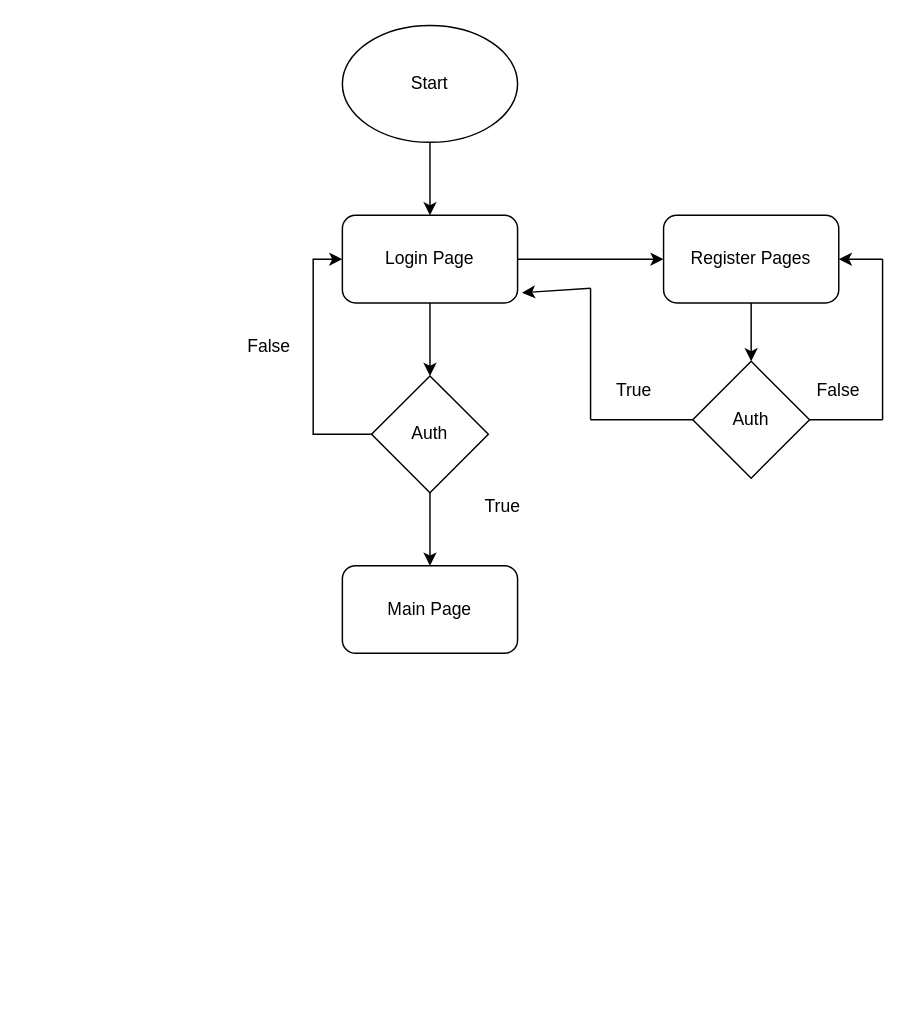
This is Untitled Diagram.drawio from yogga18/XR, a draw.io file, before an edit. Source tidied: cells renumbered, new cells numbered last; positions are measured from the earlier drawing's top-left corner, leaving out a move shared by most shapes. Both pictures are drawn from the tidied source at 146%, with x=0, y=0 at pixel (239, 25).
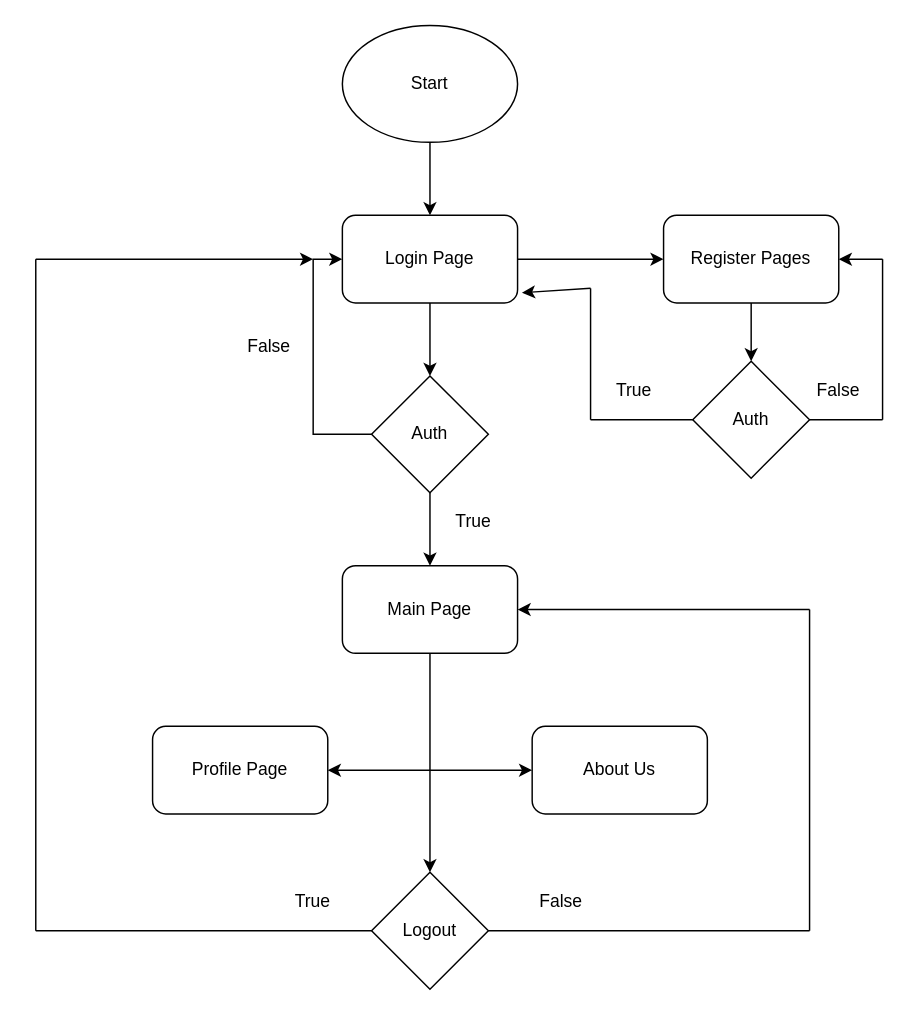
The same diagram, later.

The change refers to these unchanged cells:
```xml
<mxCell id="12" value="Main Page" style="rounded=1;whiteSpace=wrap;html=1;" parent="1" vertex="1">
  <mxGeometry x="70" y="370" width="120" height="60" as="geometry" />
</mxCell>
```

Diff of the diagram source:
```diff
@@
     <mxCell id="10" value="True" style="text;html=1;strokeColor=none;fillColor=none;align=center;verticalAlign=middle;whiteSpace=wrap;rounded=0;" parent="1" vertex="1">
-      <mxGeometry x="160" y="320" width="40" height="20" as="geometry" />
+      <mxGeometry x="140" y="330" width="40" height="20" as="geometry" />
     </mxCell>
@@
+    <mxCell id="24" value="Profile Page" style="rounded=1;whiteSpace=wrap;html=1;" parent="1" vertex="1">
+      <mxGeometry x="-60" y="480" width="120" height="60" as="geometry" />
+    </mxCell>
+    <mxCell id="25" value="About Us" style="rounded=1;whiteSpace=wrap;html=1;" parent="1" vertex="1">
+      <mxGeometry x="200" y="480" width="120" height="60" as="geometry" />
+    </mxCell>
+    <mxCell id="26" style="endArrow=none;html=1;entryX=0.5;entryY=1;entryDx=0;entryDy=0;" parent="1" edge="1" target="12">
+      <mxGeometry relative="1" as="geometry">
+        <mxPoint x="130" y="510" as="sourcePoint" />
+      </mxGeometry>
+    </mxCell>
+    <mxCell id="27" style="endArrow=classic;startArrow=classic;html=1;entryX=0;entryY=0.5;entryDx=0;entryDy=0;exitX=1;exitY=0.5;exitDx=0;exitDy=0;" parent="1" edge="1" source="24" target="25">
+      <mxGeometry relative="1" as="geometry" />
+    </mxCell>
+    <mxCell id="28" value="Logout" style="rhombus;whiteSpace=wrap;html=1;" parent="1" vertex="1">
+      <mxGeometry x="90" y="580" width="80" height="80" as="geometry" />
+    </mxCell>
+    <mxCell id="29" style="endArrow=classic;html=1;" parent="1" edge="1">
+      <mxGeometry relative="1" as="geometry">
+        <mxPoint x="130" y="510" as="sourcePoint" />
+        <mxPoint x="130" y="580" as="targetPoint" />
+      </mxGeometry>
+    </mxCell>
+    <mxCell id="30" style="endArrow=none;html=1;" parent="1" edge="1">
+      <mxGeometry relative="1" as="geometry">
+        <mxPoint x="-140" y="620" as="sourcePoint" />
+        <mxPoint x="90" y="620" as="targetPoint" />
+      </mxGeometry>
+    </mxCell>
+    <mxCell id="31" style="endArrow=none;html=1;" parent="1" edge="1">
+      <mxGeometry relative="1" as="geometry">
+        <mxPoint x="-140" y="620" as="sourcePoint" />
+        <mxPoint x="-140" y="160" as="targetPoint" />
+      </mxGeometry>
+    </mxCell>
+    <mxCell id="32" style="endArrow=classic;html=1;" parent="1" edge="1">
+      <mxGeometry relative="1" as="geometry">
+        <mxPoint x="-140" y="160" as="sourcePoint" />
+        <mxPoint x="50" y="160" as="targetPoint" />
+      </mxGeometry>
+    </mxCell>
+    <mxCell id="33" value="True" style="text;html=1;strokeColor=none;fillColor=none;align=center;verticalAlign=middle;whiteSpace=wrap;rounded=0;" parent="1" vertex="1">
+      <mxGeometry x="30" y="590" width="40" height="20" as="geometry" />
+    </mxCell>
+    <mxCell id="34" style="endArrow=none;html=1;exitX=1;exitY=0.5;exitDx=0;exitDy=0;" parent="1" edge="1" source="28">
+      <mxGeometry relative="1" as="geometry">
+        <mxPoint x="390" y="620" as="targetPoint" />
+      </mxGeometry>
+    </mxCell>
+    <mxCell id="35" style="endArrow=none;html=1;" parent="1" edge="1">
+      <mxGeometry relative="1" as="geometry">
+        <mxPoint x="390" y="620" as="sourcePoint" />
+        <mxPoint x="390" y="400" as="targetPoint" />
+      </mxGeometry>
+    </mxCell>
+    <mxCell id="36" style="endArrow=classic;html=1;entryX=1;entryY=0.5;entryDx=0;entryDy=0;" parent="1" edge="1" target="12">
+      <mxGeometry relative="1" as="geometry">
+        <mxPoint x="390" y="400" as="sourcePoint" />
+      </mxGeometry>
+    </mxCell>
+    <mxCell id="37" value="False" style="text;html=1;strokeColor=none;fillColor=none;align=center;verticalAlign=middle;whiteSpace=wrap;rounded=0;" parent="1" vertex="1">
+      <mxGeometry x="200" y="590" width="40" height="20" as="geometry" />
+    </mxCell>
```
